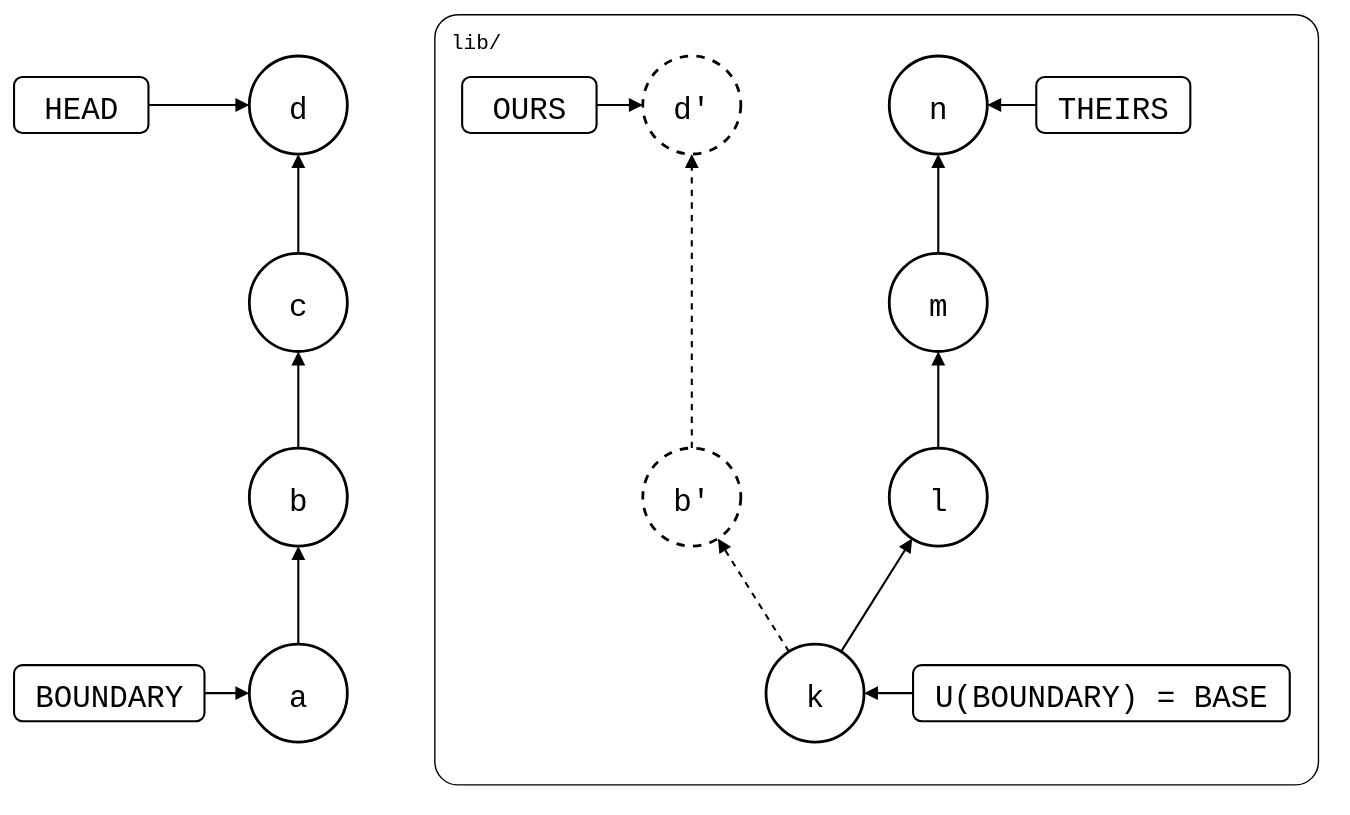
roschaefer/git-splice keeps this draw.io diagram as test/scenarios/01-everyday-sync/01-sync-model/before-pull-git-names.drawio.svg. Above is the earlier version. Source tidied: cells renumbered, new cells last; positions are measured from the earlier drawing's top-left corner, leaving out a move shared by most shapes.
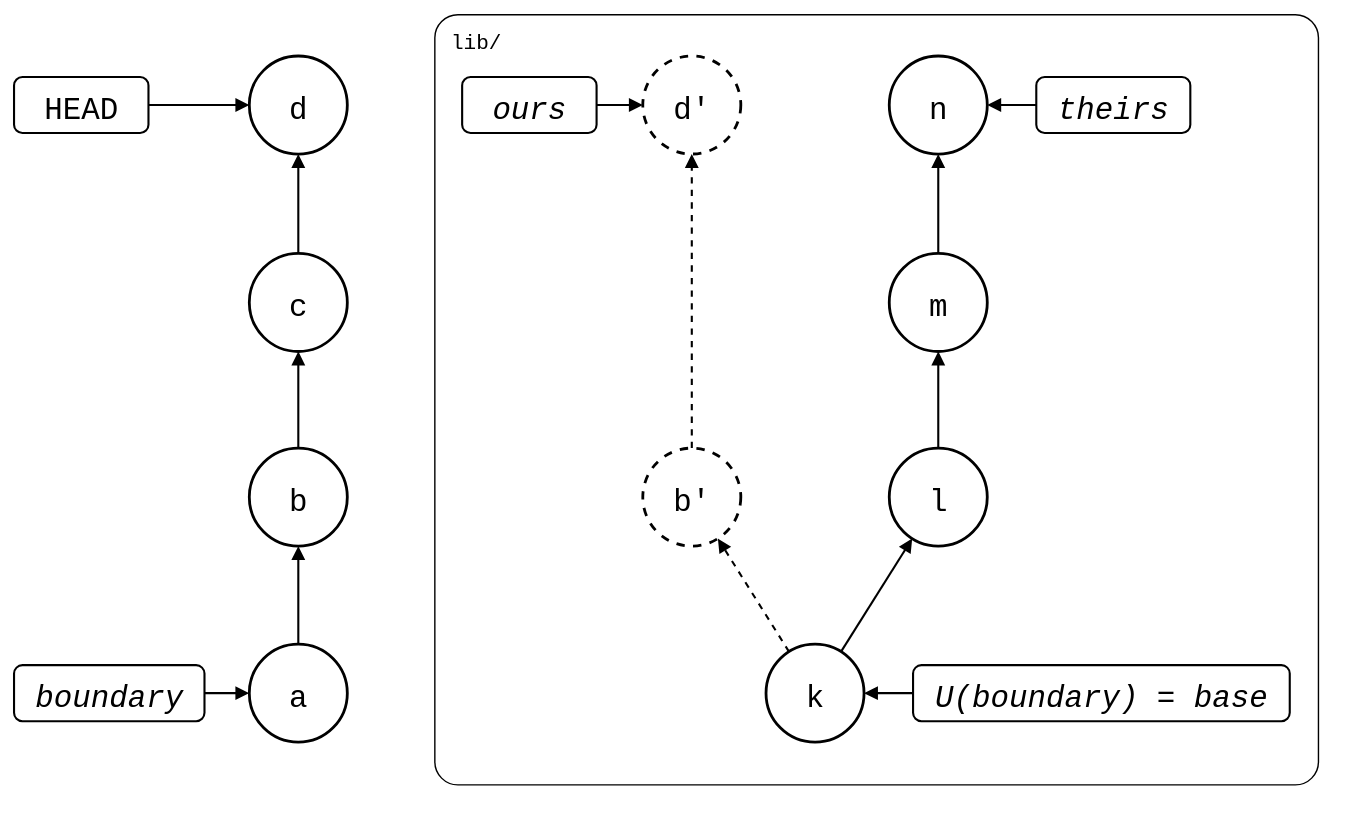
The same file after the commit.

What changed in the source:
```diff
@@ -38,16 +38,16 @@
     <mxCell id="13" value="HEAD" style="rounded=1;strokeWidth=1.5;fontSize=22;fontFamily=Roboto Mono,monospace;" parent="1" vertex="1">
       <mxGeometry y="45" width="96" height="40" as="geometry" />
     </mxCell>
-    <mxCell id="14" value="BOUNDARY" style="rounded=1;strokeWidth=1.5;fontSize=22;fontFamily=Roboto Mono,monospace;" parent="1" vertex="1">
+    <mxCell id="14" value="boundary" style="rounded=1;strokeWidth=1.5;fontSize=22;fontFamily=Roboto Mono,monospace;fontStyle=2;" parent="1" vertex="1">
       <mxGeometry y="465" width="136" height="40" as="geometry" />
     </mxCell>
-    <mxCell id="15" value="U(BOUNDARY) = BASE" style="rounded=1;strokeWidth=1.5;fontSize=22;fontFamily=Roboto Mono,monospace;" parent="1" vertex="1">
+    <mxCell id="15" value="U(boundary) = base" style="rounded=1;strokeWidth=1.5;fontSize=22;fontFamily=Roboto Mono,monospace;fontStyle=2;" parent="1" vertex="1">
       <mxGeometry x="642" y="465" width="269" height="40" as="geometry" />
     </mxCell>
-    <mxCell id="16" value="THEIRS" style="rounded=1;strokeWidth=1.5;fontSize=22;fontFamily=Roboto Mono,monospace;" parent="1" vertex="1">
+    <mxCell id="16" value="theirs" style="rounded=1;strokeWidth=1.5;fontSize=22;fontFamily=Roboto Mono,monospace;fontStyle=2;" parent="1" vertex="1">
       <mxGeometry x="730" y="45" width="110" height="40" as="geometry" />
     </mxCell>
-    <mxCell id="17" value="OURS" style="rounded=1;strokeWidth=1.5;fontSize=22;fontFamily=Roboto Mono,monospace;" parent="1" vertex="1">
+    <mxCell id="17" value="ours" style="rounded=1;strokeWidth=1.5;fontSize=22;fontFamily=Roboto Mono,monospace;fontStyle=2;" parent="1" vertex="1">
       <mxGeometry x="320" y="45" width="96" height="40" as="geometry" />
     </mxCell>
     <mxCell id="18" style="endArrow=block;endFill=1;html=1;strokeWidth=1.5;rounded=0;" parent="1" edge="1" source="13" target="6">
```
